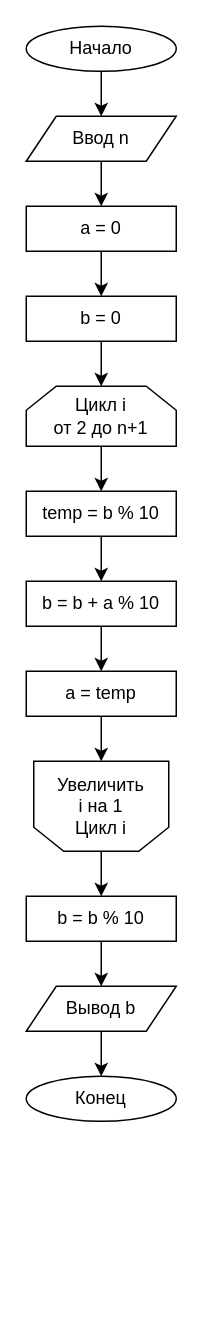
Above: page "2.2.2" (2 of 9) of Блок-схемы.drawio in hantagu/practice (draw.io), before the change. Source tidied: cells renumbered, new cells numbered last; positions are measured from the earlier drawing's top-left corner, leaving out a move shared by most shapes. Both pictures are drawn from the tidied source at 150%, with x=0, y=0 at pixel (26, 26).
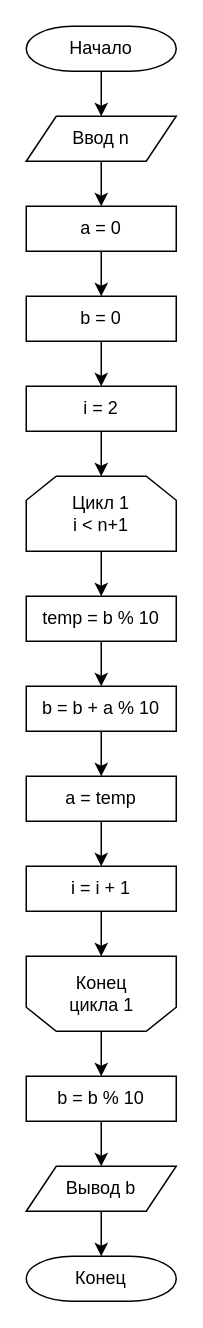
After the change.

The change refers to these unchanged cells:
```xml
<mxCell id="5" value="Ввод n" style="shape=parallelogram;perimeter=parallelogramPerimeter;whiteSpace=wrap;html=1;fixedSize=1;" parent="1" vertex="1">
  <mxGeometry y="60" width="100" height="30" as="geometry" />
</mxCell>
<mxCell id="9" value="b = 0" style="rounded=0;whiteSpace=wrap;html=1;" parent="1" vertex="1">
  <mxGeometry y="180" width="100" height="30" as="geometry" />
</mxCell>
```

What changed in the source:
```diff
@@
-    <mxCell id="2" style="edgeStyle=orthogonalEdgeStyle;rounded=0;jettySize=auto;html=1;exitX=0.5;exitY=1;exitDx=0;exitDy=0;entryX=0.5;entryY=0;entryDx=0;entryDy=0;" parent="1" edge="1" source="3" target="5">
-      <mxGeometry relative="1" as="geometry" />
+    <mxCell id="2" style="edgeStyle=orthogonalEdgeStyle;rounded=0;jettySize=auto;html=1;exitX=0.5;exitY=1;exitDx=0;exitDy=0;entryX=0.5;entryY=0;entryDx=0;entryDy=0;" parent="1" edge="1" target="5">
+      <mxGeometry relative="1" as="geometry">
+        <mxPoint x="50" y="30" as="sourcePoint" />
+      </mxGeometry>
     </mxCell>
-    <mxCell id="3" value="Начало" style="ellipse;whiteSpace=wrap;html=1;" parent="1" vertex="1">
-      <mxGeometry width="100" height="30" as="geometry" />
-    </mxCell>
@@
-    <mxCell id="8" style="edgeStyle=orthogonalEdgeStyle;rounded=0;jettySize=auto;html=1;exitX=0.5;exitY=1;exitDx=0;exitDy=0;entryX=0.5;entryY=0;entryDx=0;entryDy=0;" parent="1" edge="1" source="9" target="11">
-      <mxGeometry relative="1" as="geometry" />
-    </mxCell>
+    <mxCell id="27" style="edgeStyle=orthogonalEdgeStyle;rounded=0;jettySize=auto;html=1;exitX=0.5;exitY=1;exitDx=0;exitDy=0;entryX=0.5;entryY=0;entryDx=0;entryDy=0;" parent="1" edge="1" source="9" target="30">
+      <mxGeometry relative="1" as="geometry" />
+    </mxCell>
@@
-    <mxCell id="11" value="&lt;div&gt;Цикл i&lt;/div&gt;от 2 до n+1" style="shape=loopLimit;whiteSpace=wrap;html=1;" parent="1" vertex="1">
-      <mxGeometry y="240" width="100" height="40" as="geometry" />
+    <mxCell id="11" value="&lt;div&gt;Цикл 1&lt;br&gt;&lt;/div&gt;i &amp;lt; n+1" style="shape=loopLimit;whiteSpace=wrap;html=1;" parent="1" vertex="1">
+      <mxGeometry y="300" width="100" height="50" as="geometry" />
     </mxCell>
@@
     <mxCell id="13" value="temp = b % 10" style="rounded=0;whiteSpace=wrap;html=1;" parent="1" vertex="1">
-      <mxGeometry y="310" width="100" height="30" as="geometry" />
+      <mxGeometry y="380" width="100" height="30" as="geometry" />
     </mxCell>
@@
     <mxCell id="15" value="&lt;div&gt;b = b + a % 10&lt;/div&gt;" style="rounded=0;whiteSpace=wrap;html=1;" parent="1" vertex="1">
-      <mxGeometry y="370" width="100" height="30" as="geometry" />
+      <mxGeometry y="440" width="100" height="30" as="geometry" />
     </mxCell>
-    <mxCell id="16" style="edgeStyle=orthogonalEdgeStyle;rounded=0;jettySize=auto;html=1;exitX=0.5;exitY=1;exitDx=0;exitDy=0;entryX=0.5;entryY=1;entryDx=0;entryDy=0;" parent="1" edge="1" source="17" target="19">
-      <mxGeometry relative="1" as="geometry" />
-    </mxCell>
+    <mxCell id="28" style="edgeStyle=orthogonalEdgeStyle;rounded=0;jettySize=auto;html=1;exitX=0.5;exitY=1;exitDx=0;exitDy=0;entryX=0.5;entryY=0;entryDx=0;entryDy=0;" parent="1" edge="1" source="17" target="32">
+      <mxGeometry relative="1" as="geometry" />
+    </mxCell>
     <mxCell id="17" value="a = temp" style="rounded=0;whiteSpace=wrap;html=1;" parent="1" vertex="1">
-      <mxGeometry y="430" width="100" height="30" as="geometry" />
+      <mxGeometry y="500" width="100" height="30" as="geometry" />
     </mxCell>
     <mxCell id="18" style="group;" parent="1" vertex="1">
-      <mxGeometry x="5" y="490" width="90" height="60" as="geometry" />
+      <mxGeometry y="620" width="100" height="50" as="geometry" />
     </mxCell>
     <mxCell id="19" style="shape=loopLimit;whiteSpace=wrap;html=1;rotation=-180;" parent="18" vertex="1">
-      <mxGeometry width="90" height="60" as="geometry" />
+      <mxGeometry width="100" height="50" as="geometry" />
     </mxCell>
-    <mxCell id="20" value="&lt;div&gt;Увеличить i на 1&lt;/div&gt;&lt;div&gt;Цикл i&lt;br&gt;&lt;/div&gt;" style="text;html=1;strokeColor=none;fillColor=none;align=center;verticalAlign=middle;whiteSpace=wrap;rounded=0;" parent="18" vertex="1">
-      <mxGeometry x="15" y="7.5" width="60" height="45" as="geometry" />
+    <mxCell id="20" value="Конец цикла 1" style="text;html=1;strokeColor=none;fillColor=none;align=center;verticalAlign=middle;whiteSpace=wrap;rounded=0;" parent="18" vertex="1">
+      <mxGeometry x="16.7" y="6.2" width="66.7" height="37.5" as="geometry" />
     </mxCell>
@@
     <mxCell id="22" value="&lt;div&gt;b = b % 10&lt;br&gt;&lt;/div&gt;" style="rounded=0;whiteSpace=wrap;html=1;" parent="1" vertex="1">
-      <mxGeometry y="580" width="100" height="30" as="geometry" />
+      <mxGeometry y="700" width="100" height="30" as="geometry" />
     </mxCell>
@@
-    <mxCell id="24" style="edgeStyle=orthogonalEdgeStyle;rounded=0;jettySize=auto;html=1;exitX=0.5;exitY=1;exitDx=0;exitDy=0;entryX=0.5;entryY=0;entryDx=0;entryDy=0;" parent="1" edge="1" source="25" target="26">
+    <mxCell id="24" style="edgeStyle=orthogonalEdgeStyle;rounded=0;jettySize=auto;html=1;exitX=0.5;exitY=1;exitDx=0;exitDy=0;entryX=0.5;entryY=0;entryDx=0;entryDy=0;entryPerimeter=0;" parent="1" edge="1" source="25" target="26">
       <mxGeometry relative="1" as="geometry" />
     </mxCell>
     <mxCell id="25" value="Вывод b" style="shape=parallelogram;perimeter=parallelogramPerimeter;whiteSpace=wrap;html=1;fixedSize=1;" parent="1" vertex="1">
-      <mxGeometry y="640" width="100" height="30" as="geometry" />
+      <mxGeometry y="760" width="100" height="30" as="geometry" />
     </mxCell>
+    <mxCell id="3" value="Начало" style="strokeWidth=1;html=1;shape=mxgraph.flowchart.terminator;whiteSpace=wrap;" parent="1" vertex="1">
+      <mxGeometry width="100" height="30" as="geometry" />
+    </mxCell>
-    <mxCell id="26" value="Конец" style="ellipse;whiteSpace=wrap;html=1;" parent="1" vertex="1">
-      <mxGeometry y="700" width="100" height="30" as="geometry" />
+    <mxCell id="26" value="Конец" style="strokeWidth=1;html=1;shape=mxgraph.flowchart.terminator;whiteSpace=wrap;" parent="1" vertex="1">
+      <mxGeometry y="820" width="100" height="30" as="geometry" />
     </mxCell>
+    <mxCell id="29" style="edgeStyle=orthogonalEdgeStyle;rounded=0;jettySize=auto;html=1;exitX=0.5;exitY=1;exitDx=0;exitDy=0;entryX=0.5;entryY=0;entryDx=0;entryDy=0;" parent="1" edge="1" source="30" target="11">
+      <mxGeometry relative="1" as="geometry" />
+    </mxCell>
+    <mxCell id="30" value="i = 2" style="rounded=0;whiteSpace=wrap;html=1;" parent="1" vertex="1">
+      <mxGeometry y="240" width="100" height="30" as="geometry" />
+    </mxCell>
+    <mxCell id="31" style="edgeStyle=orthogonalEdgeStyle;rounded=0;jettySize=auto;html=1;exitX=0.5;exitY=1;exitDx=0;exitDy=0;entryX=0.5;entryY=1;entryDx=0;entryDy=0;" parent="1" edge="1" source="32" target="19">
+      <mxGeometry relative="1" as="geometry" />
+    </mxCell>
+    <mxCell id="32" value="i = i + 1" style="rounded=0;whiteSpace=wrap;html=1;" parent="1" vertex="1">
+      <mxGeometry y="560" width="100" height="30" as="geometry" />
+    </mxCell>
```
